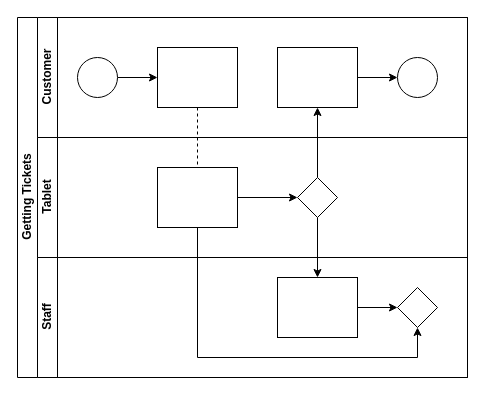
tautauon/AHH keeps this draw.io diagram as 未命名绘图.drawio. Above is the earlier version. Source tidied: cells renumbered, new cells numbered last; positions are measured from the earlier drawing's top-left corner, leaving out a move shared by most shapes. Both pictures are drawn from the tidied source at 100%, with x=0, y=0 at pixel (17, 17).
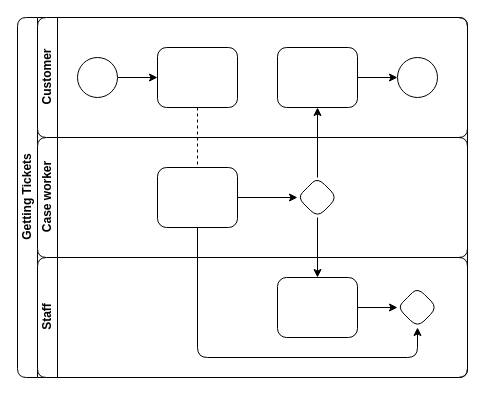
The same page after the edit.

Commit message:
更新未命名绘图.drawio

Change to the diagram source:
```diff
@@
-    <mxCell id="2" value="Getting Tickets" style="swimlane;html=1;horizontal=0;startSize=20;" parent="1" vertex="1">
+    <mxCell id="2" value="Getting Tickets" style="swimlane;html=1;horizontal=0;startSize=20;rounded=1;" parent="1" vertex="1">
       <mxGeometry width="450" height="360" as="geometry" />
     </mxCell>
-    <mxCell id="3" style="edgeStyle=orthogonalEdgeStyle;rounded=0;jettySize=auto;html=1;dashed=1;endArrow=none;endFill=0;" parent="2" edge="1" source="10" target="16">
+    <mxCell id="3" style="edgeStyle=orthogonalEdgeStyle;rounded=1;jettySize=auto;html=1;dashed=1;endArrow=none;endFill=0;" parent="2" edge="1" source="10" target="16">
       <mxGeometry relative="1" as="geometry" />
     </mxCell>
-    <mxCell id="4" style="edgeStyle=orthogonalEdgeStyle;rounded=0;jettySize=auto;html=1;endArrow=classic;endFill=1;" parent="2" edge="1" source="17" target="12">
+    <mxCell id="4" style="edgeStyle=orthogonalEdgeStyle;rounded=1;jettySize=auto;html=1;endArrow=classic;endFill=1;" parent="2" edge="1" source="17" target="12">
       <mxGeometry relative="1" as="geometry" />
     </mxCell>
-    <mxCell id="5" style="edgeStyle=orthogonalEdgeStyle;rounded=0;jettySize=auto;html=1;endArrow=classic;endFill=1;" parent="2" edge="1" source="17" target="20">
+    <mxCell id="5" style="edgeStyle=orthogonalEdgeStyle;rounded=1;jettySize=auto;html=1;endArrow=classic;endFill=1;" parent="2" edge="1" source="17" target="20">
       <mxGeometry relative="1" as="geometry" />
     </mxCell>
-    <mxCell id="6" style="edgeStyle=orthogonalEdgeStyle;rounded=0;jettySize=auto;html=1;endArrow=classic;endFill=1;" parent="2" edge="1" source="16" target="21">
+    <mxCell id="6" style="edgeStyle=orthogonalEdgeStyle;rounded=1;jettySize=auto;html=1;endArrow=classic;endFill=1;" parent="2" edge="1" source="16" target="21">
       <mxGeometry relative="1" as="geometry">
         <Array as="points">
           <mxPoint x="180" y="340" />
           <mxPoint x="400" y="340" />
         </Array>
       </mxGeometry>
     </mxCell>
-    <mxCell id="7" value="Customer" style="swimlane;html=1;startSize=20;horizontal=0;" parent="2" vertex="1">
+    <mxCell id="7" value="Customer" style="swimlane;html=1;startSize=20;horizontal=0;rounded=1;" parent="2" vertex="1">
       <mxGeometry x="20" width="430" height="120" as="geometry" />
     </mxCell>
-    <mxCell id="8" style="edgeStyle=orthogonalEdgeStyle;rounded=0;jettySize=auto;html=1;" parent="7" edge="1" source="9" target="10">
+    <mxCell id="8" style="edgeStyle=orthogonalEdgeStyle;rounded=1;jettySize=auto;html=1;" parent="7" edge="1" source="9" target="10">
       <mxGeometry relative="1" as="geometry" />
     </mxCell>
-    <mxCell id="9" style="ellipse;whiteSpace=wrap;html=1;" parent="7" vertex="1">
+    <mxCell id="9" style="ellipse;whiteSpace=wrap;html=1;rounded=1;" parent="7" vertex="1">
       <mxGeometry x="40" y="40" width="40" height="40" as="geometry" />
     </mxCell>
-    <mxCell id="10" style="rounded=0;whiteSpace=wrap;html=1;fontFamily=Helvetica;fontSize=12;fontColor=#000000;align=center;" parent="7" vertex="1">
+    <mxCell id="10" style="rounded=1;whiteSpace=wrap;html=1;fontFamily=Helvetica;fontSize=12;fontColor=#000000;align=center;" parent="7" vertex="1">
       <mxGeometry x="120" y="30" width="80" height="60" as="geometry" />
     </mxCell>
-    <mxCell id="11" style="edgeStyle=orthogonalEdgeStyle;rounded=0;jettySize=auto;html=1;endArrow=classic;endFill=1;" parent="7" edge="1" source="12" target="13">
+    <mxCell id="11" style="edgeStyle=orthogonalEdgeStyle;rounded=1;jettySize=auto;html=1;endArrow=classic;endFill=1;" parent="7" edge="1" source="12" target="13">
       <mxGeometry relative="1" as="geometry" />
     </mxCell>
-    <mxCell id="12" style="rounded=0;whiteSpace=wrap;html=1;fontFamily=Helvetica;fontSize=12;fontColor=#000000;align=center;" parent="7" vertex="1">
+    <mxCell id="12" style="rounded=1;whiteSpace=wrap;html=1;fontFamily=Helvetica;fontSize=12;fontColor=#000000;align=center;" parent="7" vertex="1">
       <mxGeometry x="240" y="30" width="80" height="60" as="geometry" />
     </mxCell>
-    <mxCell id="13" style="ellipse;whiteSpace=wrap;html=1;" parent="7" vertex="1">
+    <mxCell id="13" style="ellipse;whiteSpace=wrap;html=1;rounded=1;" parent="7" vertex="1">
       <mxGeometry x="360" y="40" width="40" height="40" as="geometry" />
     </mxCell>
-    <mxCell id="14" value="Tablet" style="swimlane;html=1;startSize=20;horizontal=0;" parent="2" vertex="1">
+    <mxCell id="14" value="Case worker" style="swimlane;html=1;startSize=20;horizontal=0;rounded=1;" parent="2" vertex="1">
       <mxGeometry x="20" y="120" width="430" height="120" as="geometry" />
     </mxCell>
-    <mxCell id="15" style="edgeStyle=orthogonalEdgeStyle;rounded=0;jettySize=auto;html=1;endArrow=classic;endFill=1;" parent="14" edge="1" source="16" target="17">
+    <mxCell id="15" style="edgeStyle=orthogonalEdgeStyle;rounded=1;jettySize=auto;html=1;endArrow=classic;endFill=1;" parent="14" edge="1" source="16" target="17">
       <mxGeometry relative="1" as="geometry" />
     </mxCell>
-    <mxCell id="16" style="rounded=0;whiteSpace=wrap;html=1;fontFamily=Helvetica;fontSize=12;fontColor=#000000;align=center;" parent="14" vertex="1">
+    <mxCell id="16" style="rounded=1;whiteSpace=wrap;html=1;fontFamily=Helvetica;fontSize=12;fontColor=#000000;align=center;" parent="14" vertex="1">
       <mxGeometry x="120" y="30" width="80" height="60" as="geometry" />
     </mxCell>
-    <mxCell id="17" style="rhombus;whiteSpace=wrap;html=1;fontFamily=Helvetica;fontSize=12;fontColor=#000000;align=center;" parent="14" vertex="1">
+    <mxCell id="17" style="rhombus;whiteSpace=wrap;html=1;fontFamily=Helvetica;fontSize=12;fontColor=#000000;align=center;rounded=1;" parent="14" vertex="1">
       <mxGeometry x="260" y="40" width="40" height="40" as="geometry" />
     </mxCell>
-    <mxCell id="18" value="Staff" style="swimlane;html=1;startSize=20;horizontal=0;" parent="2" vertex="1">
+    <mxCell id="18" value="Staff" style="swimlane;html=1;startSize=20;horizontal=0;rounded=1;" parent="2" vertex="1">
       <mxGeometry x="20" y="240" width="430" height="120" as="geometry" />
     </mxCell>
-    <mxCell id="19" style="edgeStyle=orthogonalEdgeStyle;rounded=0;jettySize=auto;html=1;endArrow=classic;endFill=1;" parent="18" edge="1" source="20" target="21">
+    <mxCell id="19" style="edgeStyle=orthogonalEdgeStyle;rounded=1;jettySize=auto;html=1;endArrow=classic;endFill=1;" parent="18" edge="1" source="20" target="21">
       <mxGeometry relative="1" as="geometry" />
     </mxCell>
-    <mxCell id="20" style="rounded=0;whiteSpace=wrap;html=1;fontFamily=Helvetica;fontSize=12;fontColor=#000000;align=center;" parent="18" vertex="1">
+    <mxCell id="20" style="rounded=1;whiteSpace=wrap;html=1;fontFamily=Helvetica;fontSize=12;fontColor=#000000;align=center;" parent="18" vertex="1">
       <mxGeometry x="240" y="20" width="80" height="60" as="geometry" />
     </mxCell>
-    <mxCell id="21" style="rhombus;whiteSpace=wrap;html=1;fontFamily=Helvetica;fontSize=12;fontColor=#000000;align=center;" parent="18" vertex="1">
+    <mxCell id="21" style="rhombus;whiteSpace=wrap;html=1;fontFamily=Helvetica;fontSize=12;fontColor=#000000;align=center;rounded=1;" parent="18" vertex="1">
       <mxGeometry x="360" y="30" width="40" height="40" as="geometry" />
     </mxCell>
```
